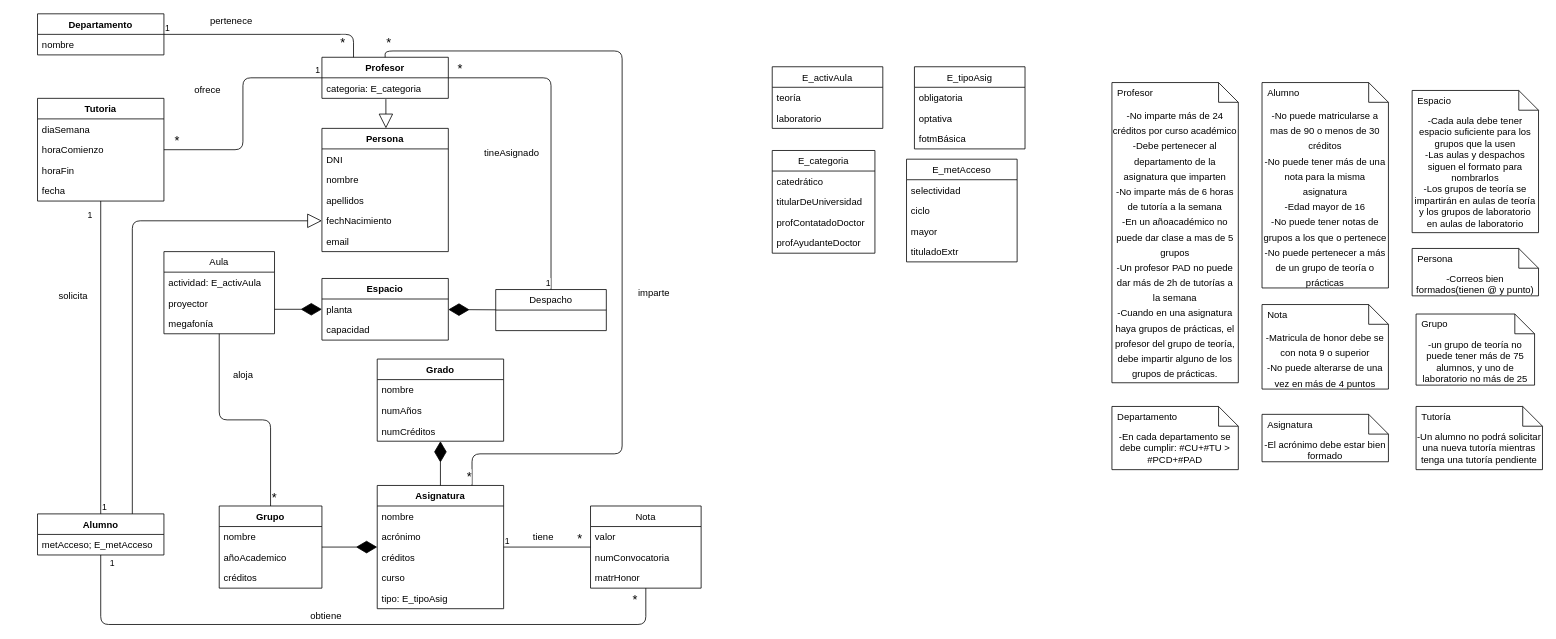
Earlier version of the draw.io diagram Untitled Diagram.drawio (albertobemo7/Draw.io). Source tidied: cells renumbered, new cells numbered last; positions are measured from the earlier drawing's top-left corner, leaving out a move shared by most shapes. Both pictures are drawn from the tidied source at 79%, with x=0, y=0 at pixel (37, 13).
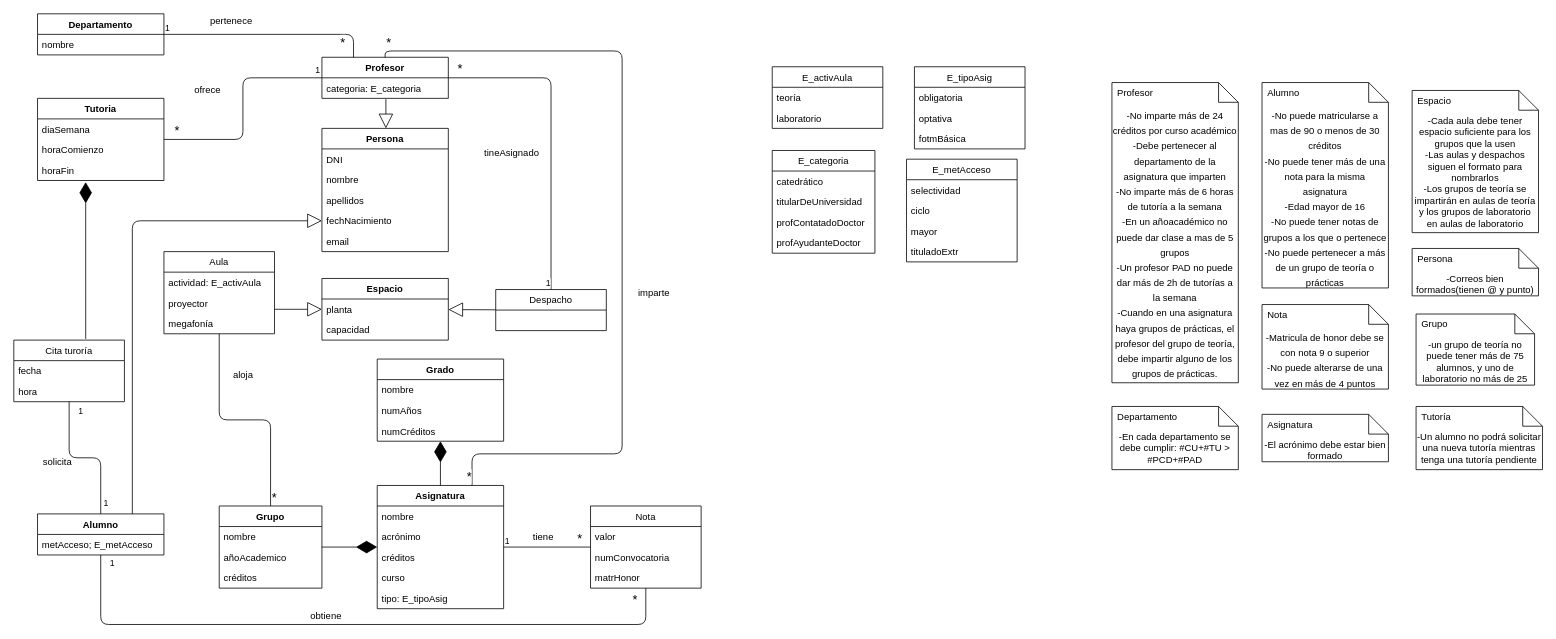
The same diagram, later.

The change refers to these unchanged cells:
```xml
<mxCell id="2" value="Alumno" style="swimlane;fontStyle=1;align=center;verticalAlign=top;horizontal=1;startSize=26;" parent="1" vertex="1">
  <mxGeometry y="633" width="160" height="52" as="geometry" />
</mxCell>
<mxCell id="14" value="Espacio" style="swimlane;fontStyle=1;align=center;verticalAlign=top;horizontal=1;startSize=26;" parent="1" vertex="1">
  <mxGeometry x="360" y="335" width="160" height="78" as="geometry" />
</mxCell>
<mxCell id="28" value="horaFin" style="text;strokeColor=none;fillColor=none;align=left;verticalAlign=top;spacingLeft=4;spacingRight=4;overflow=hidden;points=[[0,0.5],[1,0.5]];portConstraint=eastwest;" parent="25" vertex="1">
  <mxGeometry y="78" width="160" height="26" as="geometry" />
</mxCell>
<mxCell id="39" value="Despacho" style="swimlane;fontStyle=0;horizontal=1;startSize=26;fillColor=none;" parent="1" vertex="1">
  <mxGeometry x="580" y="349" width="140" height="52" as="geometry" />
</mxCell>
```

Change to the diagram source:
```diff
@@
     <mxCell id="25" value="Tutoria" style="swimlane;fontStyle=1;align=center;verticalAlign=top;horizontal=1;startSize=26;" parent="1" vertex="1">
-      <mxGeometry y="107" width="160" height="130" as="geometry" />
+      <mxGeometry y="107" width="160" height="104" as="geometry" />
     </mxCell>
@@
-    <mxCell id="29" value="fecha" style="text;strokeColor=none;fillColor=none;align=left;verticalAlign=top;spacingLeft=4;spacingRight=4;overflow=hidden;" parent="25" vertex="1">
-      <mxGeometry y="104" width="160" height="26" as="geometry" />
-    </mxCell>
@@
-    <mxCell id="40" style="endArrow=diamondThin;endFill=1;endSize=24;html=1;" parent="1" edge="1" source="39" target="14">
-      <mxGeometry relative="1" as="geometry" />
-    </mxCell>
-    <mxCell id="41" style="endArrow=diamondThin;endFill=1;endSize=24;html=1;" parent="1" edge="1" target="14">
-      <mxGeometry relative="1" as="geometry">
-        <mxPoint x="300" y="374" as="sourcePoint" />
-      </mxGeometry>
-    </mxCell>
@@
     <mxCell id="64" value="solicita" style="text;html=1;align=center;verticalAlign=middle;" parent="1" vertex="1">
-      <mxGeometry x="20" y="348" width="50" height="20" as="geometry" />
+      <mxGeometry y="557" width="50" height="20" as="geometry" />
     </mxCell>
@@
-    <mxCell id="88" style="endArrow=none;html=1;edgeStyle=orthogonalEdgeStyle;" parent="1" edge="1" source="2" target="25">
+    <mxCell id="88" style="endArrow=none;html=1;edgeStyle=orthogonalEdgeStyle;entryX=0.5;entryY=0;entryDx=0;entryDy=0;" parent="1" edge="1" source="117" target="2">
       <mxGeometry relative="1" as="geometry" />
     </mxCell>
     <mxCell id="89" value="1" style="edgeLabel;html=1;align=left;verticalAlign=bottom;" parent="88" vertex="1">
-      <mxGeometry x="-1" relative="1" as="geometry" />
+      <mxGeometry x="-1" relative="1" as="geometry">
+        <mxPoint x="10" y="20" as="offset" />
+      </mxGeometry>
     </mxCell>
     <mxCell id="90" value="1" style="edgeLabel;html=1;align=right;verticalAlign=bottom;" parent="88" vertex="1">
       <mxGeometry x="1" relative="1" as="geometry">
-        <mxPoint x="-10" y="26" as="offset" />
+        <mxPoint x="10" y="-6" as="offset" />
       </mxGeometry>
     </mxCell>
@@
+    <mxCell id="117" value="Cita turoría" style="swimlane;fontStyle=0;horizontal=1;startSize=26;fillColor=none;" parent="1" vertex="1">
+      <mxGeometry x="-30" y="413" width="140" height="78" as="geometry" />
+    </mxCell>
+    <mxCell id="29" value="fecha" style="text;strokeColor=none;fillColor=none;align=left;verticalAlign=top;spacingLeft=4;spacingRight=4;overflow=hidden;" parent="117" vertex="1">
+      <mxGeometry y="26" width="140" height="26" as="geometry" />
+    </mxCell>
+    <mxCell id="118" value="hora" style="text;strokeColor=none;fillColor=none;align=left;verticalAlign=top;spacingLeft=4;spacingRight=4;overflow=hidden;" parent="117" vertex="1">
+      <mxGeometry y="52" width="140" height="26" as="geometry" />
+    </mxCell>
+    <mxCell id="119" style="endArrow=diamondThin;endFill=1;endSize=24;html=1;exitX=0.65;exitY=-0.019;exitDx=0;exitDy=0;exitPerimeter=0;entryX=0.381;entryY=1.077;entryDx=0;entryDy=0;entryPerimeter=0;" parent="1" edge="1" source="117" target="28">
+      <mxGeometry relative="1" as="geometry" />
+    </mxCell>
+    <mxCell id="120" style="endArrow=block;endSize=16;endFill=0;html=1;" parent="1" edge="1" target="14">
+      <mxGeometry relative="1" as="geometry">
+        <mxPoint x="300" y="374" as="sourcePoint" />
+      </mxGeometry>
+    </mxCell>
+    <mxCell id="40" style="endArrow=block;endSize=16;endFill=0;html=1;" parent="1" edge="1" source="39" target="14">
+      <mxGeometry x="-0.12" y="-50" relative="1" as="geometry" />
+    </mxCell>
```
